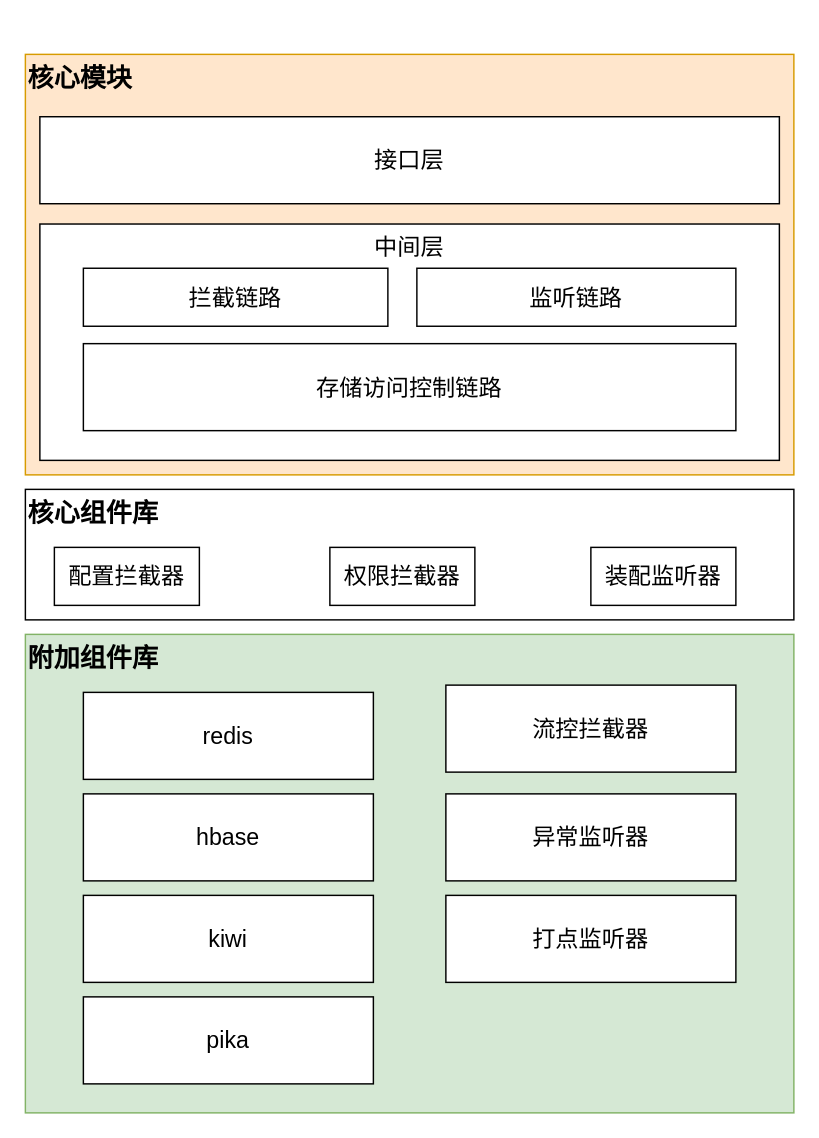
FlyThroughAir/DrawHere keeps this draw.io diagram as 多模块设计.drawio. Above is the earlier version. Source tidied: cells renumbered, new cells numbered last; positions are measured from the earlier drawing's top-left corner, leaving out a move shared by most shapes. Both pictures are drawn from the tidied source at 145%, with x=0, y=0 at pixel (25, 54).
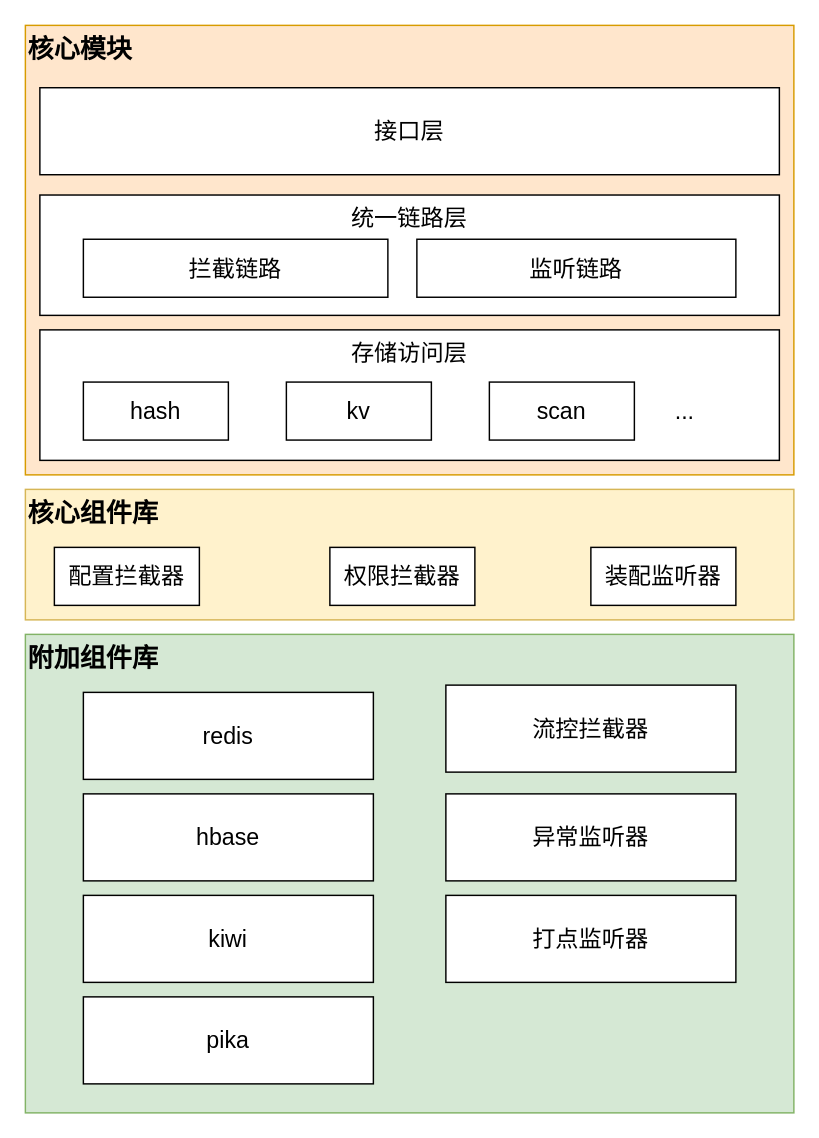
Above is the later version.

Commit message:
Update 多模块设计.drawio

What changed in the source:
```diff
@@
     <mxCell id="3" value="核心模块" style="rounded=0;whiteSpace=wrap;html=1;verticalAlign=top;align=left;fontSize=18;fontStyle=1;fillColor=#ffe6cc;strokeColor=#d79b00;" parent="1" vertex="1">
-      <mxGeometry width="530" height="290" as="geometry" />
+      <mxGeometry y="-20" width="530" height="310" as="geometry" />
     </mxCell>
-    <mxCell id="4" value="中间层" style="rounded=0;whiteSpace=wrap;html=1;verticalAlign=top;fontSize=16;" parent="1" vertex="1">
-      <mxGeometry x="10" y="117" width="510" height="163" as="geometry" />
+    <mxCell id="4" value="统一链路层" style="rounded=0;whiteSpace=wrap;html=1;verticalAlign=top;fontSize=16;" parent="1" vertex="1">
+      <mxGeometry x="10" y="97" width="510" height="83" as="geometry" />
     </mxCell>
-    <mxCell id="5" value="存储访问控制链路" style="rounded=0;whiteSpace=wrap;html=1;fontSize=16;" parent="1" vertex="1">
-      <mxGeometry x="40" y="199.5" width="450" height="60" as="geometry" />
+    <mxCell id="5" value="存储访问层" style="rounded=0;whiteSpace=wrap;html=1;fontSize=16;verticalAlign=top;" parent="1" vertex="1">
+      <mxGeometry x="10" y="190" width="510" height="90" as="geometry" />
     </mxCell>
     <mxCell id="6" value="拦截链路" style="rounded=0;whiteSpace=wrap;html=1;fontSize=16;" parent="1" vertex="1">
-      <mxGeometry x="40" y="147.5" width="210" height="40" as="geometry" />
+      <mxGeometry x="40" y="127.5" width="210" height="40" as="geometry" />
     </mxCell>
-    <mxCell id="7" value="&lt;font style=&quot;font-size: 18px&quot;&gt;&lt;b&gt;核心组件库&lt;/b&gt;&lt;/font&gt;" style="rounded=0;whiteSpace=wrap;html=1;fontSize=16;verticalAlign=top;align=left;" parent="1" vertex="1">
+    <mxCell id="7" value="&lt;font style=&quot;font-size: 18px&quot;&gt;&lt;b&gt;核心组件库&lt;/b&gt;&lt;/font&gt;" style="rounded=0;whiteSpace=wrap;html=1;fontSize=16;verticalAlign=top;align=left;fillColor=#fff2cc;strokeColor=#d6b656;" parent="1" vertex="1">
       <mxGeometry y="300" width="530" height="90" as="geometry" />
     </mxCell>
     <mxCell id="8" value="监听链路" style="rounded=0;whiteSpace=wrap;html=1;fontSize=16;" parent="1" vertex="1">
-      <mxGeometry x="270" y="147.5" width="220" height="40" as="geometry" />
+      <mxGeometry x="270" y="127.5" width="220" height="40" as="geometry" />
     </mxCell>
     <mxCell id="9" value="接口层" style="rounded=0;whiteSpace=wrap;html=1;fontSize=16;" parent="1" vertex="1">
-      <mxGeometry x="10" y="43" width="510" height="60" as="geometry" />
+      <mxGeometry x="10" y="23" width="510" height="60" as="geometry" />
     </mxCell>
@@
+    <mxCell id="20" value="hash" style="rounded=0;whiteSpace=wrap;html=1;fontSize=16;" parent="1" vertex="1">
+      <mxGeometry x="40" y="226" width="100" height="40" as="geometry" />
+    </mxCell>
+    <mxCell id="21" value="scan" style="rounded=0;whiteSpace=wrap;html=1;fontSize=16;" parent="1" vertex="1">
+      <mxGeometry x="320" y="226" width="100" height="40" as="geometry" />
+    </mxCell>
+    <mxCell id="22" value="kv" style="rounded=0;whiteSpace=wrap;html=1;fontSize=16;" parent="1" vertex="1">
+      <mxGeometry x="180" y="226" width="100" height="40" as="geometry" />
+    </mxCell>
+    <mxCell id="23" value="..." style="rounded=0;whiteSpace=wrap;html=1;fontSize=16;strokeColor=#FFFFFF;" parent="1" vertex="1">
+      <mxGeometry x="430" y="226" width="50" height="40" as="geometry" />
+    </mxCell>
```
